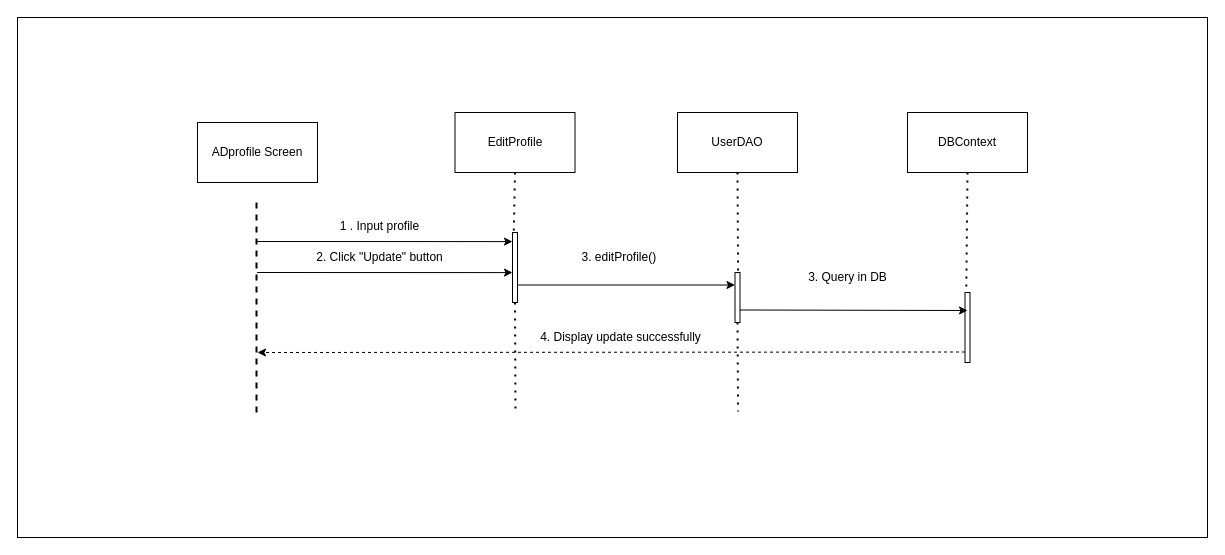
The draw.io diagram page "Page-6" (6 of 6) of te1.drawio in baspdd/desktop-tutorial, before the edit. Source tidied: cells renumbered, new cells numbered last; positions are measured from the earlier drawing's top-left corner, leaving out a move shared by most shapes. Both pictures are drawn from the tidied source at 100%, with x=0, y=0 at pixel (17, 17).
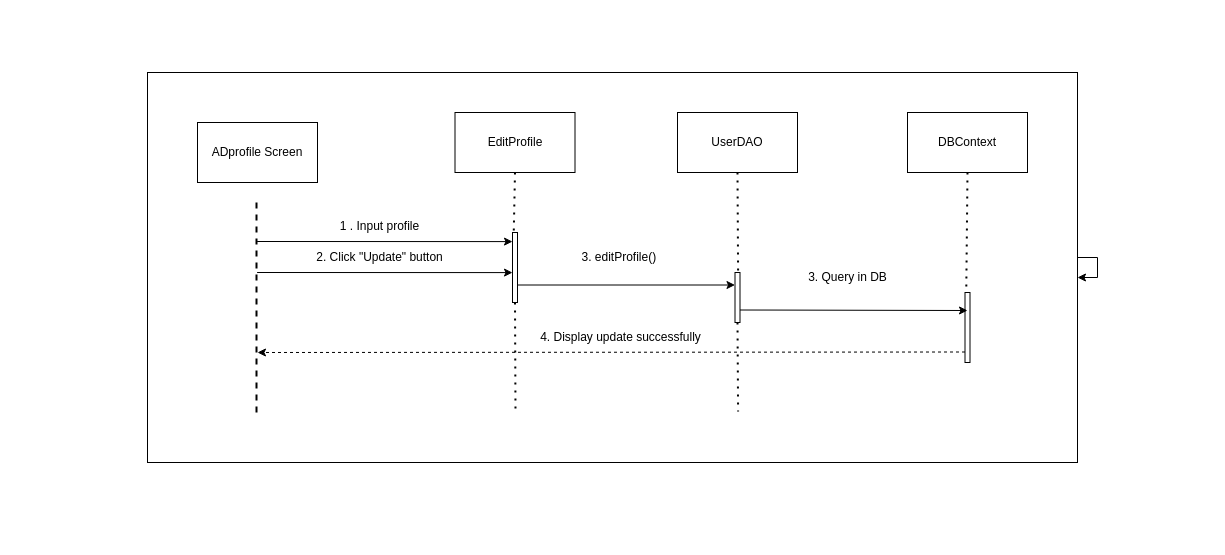
The same diagram, later.

Diff of the diagram source:
```diff
@@
     <mxCell id="2" style="rounded=0;whiteSpace=wrap;html=1;" parent="1" vertex="1">
-      <mxGeometry width="1190" height="520" as="geometry" />
+      <mxGeometry x="130" y="55" width="930" height="390" as="geometry" />
     </mxCell>
@@
+    <mxCell id="26" style="edgeStyle=orthogonalEdgeStyle;rounded=0;orthogonalLoop=1;jettySize=auto;html=1;" parent="1" edge="1" source="2" target="2">
+      <mxGeometry relative="1" as="geometry" />
+    </mxCell>
```
